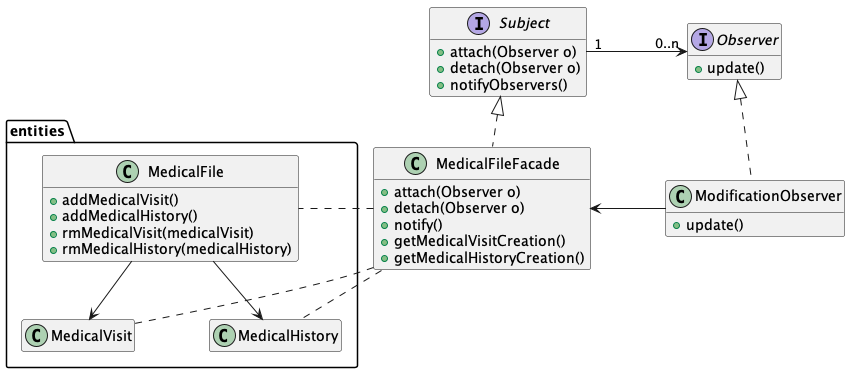
Earlier version of the PlantUML export plantUml-partie2/observer-class.png (KevenJAntenor/Quebec-Centralized-Medical-Record-System).
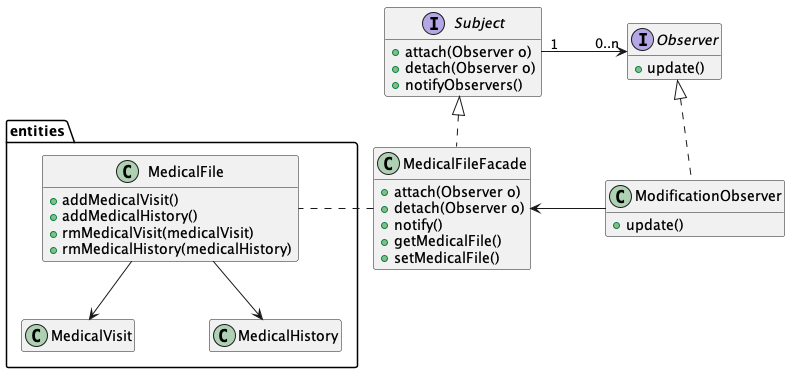
After the commit.

Commit message:
Update observer and faced pattern diagrams and in partie2

What changed in the source:
```diff
@@ -24,8 +24,8 @@
         +attach(Observer o)
         +detach(Observer o)
         +notify()
-        +getMedicalVisitCreation()
-        +getMedicalHistoryCreation()
+        +getMedicalFile()
+        +setMedicalFile()
     }
 
 
@@ -51,8 +51,6 @@
 Subject <|.. MedicalFileFacade
 
 MedicalFileFacade . entities.MedicalFile
-MedicalFileFacade . entities.MedicalVisit
-MedicalFileFacade . entities.MedicalHistory
 
 MedicalFile --> MedicalVisit
 MedicalFile --> MedicalHistory
```
